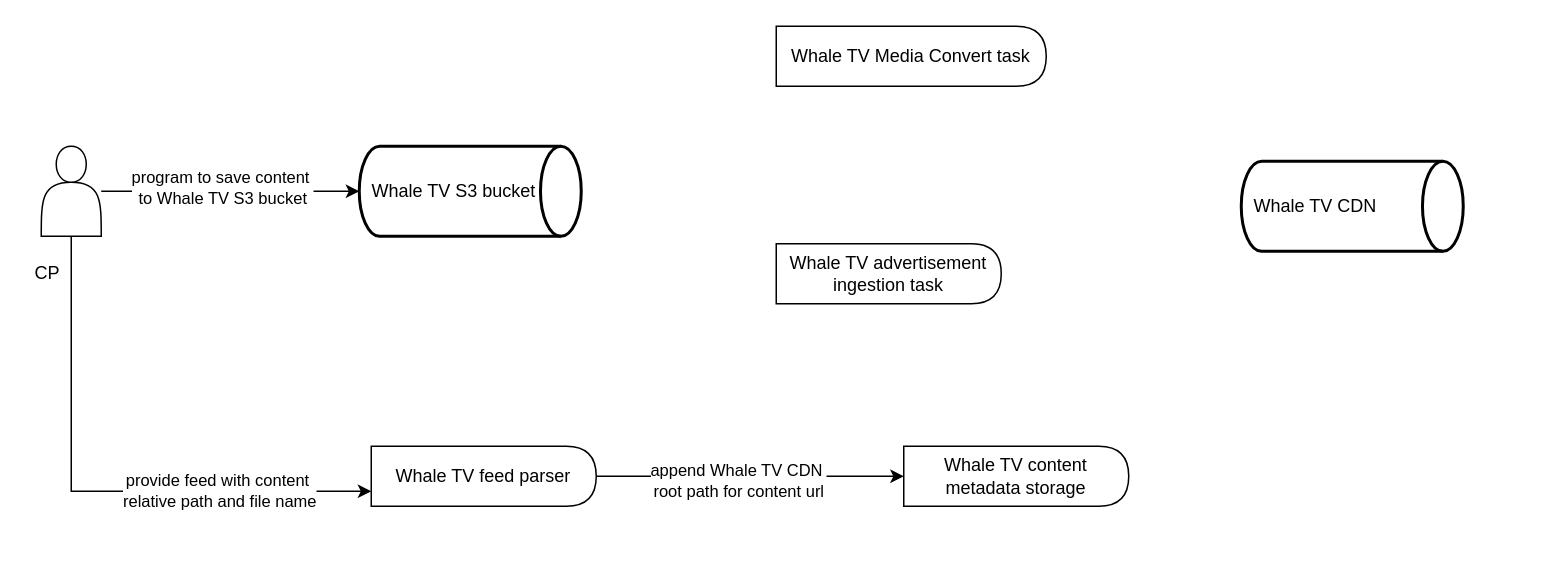
This is update/content transfer.drawio from stevezhouht/baiduCDP, a draw.io file, before an edit. Source tidied: cells renumbered, new cells numbered last; positions are measured from the earlier drawing's top-left corner, leaving out a move shared by most shapes. Both pictures are drawn from the tidied source at 150%, with x=0, y=0 at pixel (26, 26).
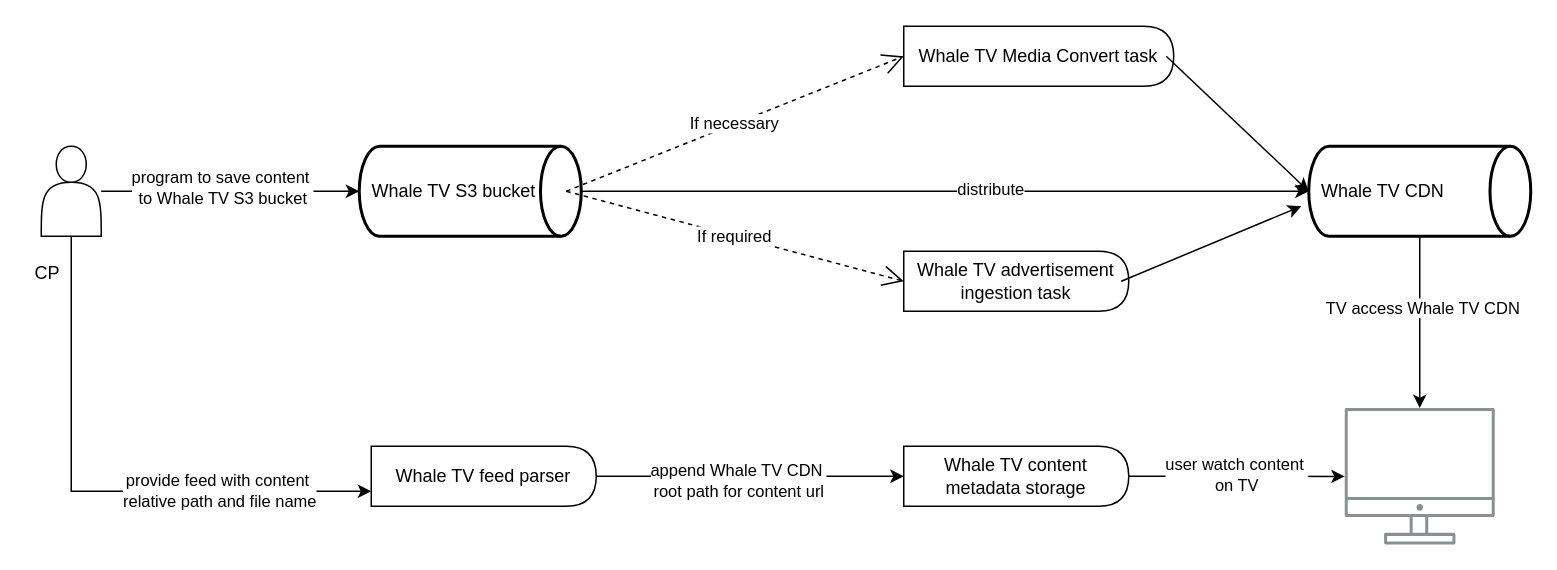
The same page after the edit.

Unchanged cells that the change refers to:
```xml
<mxCell id="7" value="&amp;nbsp; Whale TV S3 bucket" style="strokeWidth=2;html=1;shape=mxgraph.flowchart.direct_data;whiteSpace=wrap;align=left;" parent="1" vertex="1">
  <mxGeometry x="222" y="80" width="148" height="60" as="geometry" />
</mxCell>
<mxCell id="15" value="Whale TV content metadata storage" style="shape=delay;whiteSpace=wrap;html=1;" parent="1" vertex="1">
  <mxGeometry x="585" y="280" width="150" height="40" as="geometry" />
</mxCell>
```

The edit, as a diff of the source:
```diff
@@
+    <mxCell id="17" style="edgeStyle=orthogonalEdgeStyle;rounded=0;jettySize=auto;html=1;" parent="1" edge="1" source="7" target="16">
+      <mxGeometry relative="1" as="geometry" />
+    </mxCell>
+    <mxCell id="18" value="distribute" style="edgeLabel;html=1;align=center;verticalAlign=middle;" parent="17" vertex="1">
+      <mxGeometry x="0.12" y="2" relative="1" as="geometry" />
+    </mxCell>
@@
     <mxCell id="13" value="Whale TV Media Convert task" style="shape=delay;whiteSpace=wrap;html=1;" parent="1" vertex="1">
-      <mxGeometry x="500" width="180" height="40" as="geometry" />
+      <mxGeometry x="585" width="180" height="40" as="geometry" />
     </mxCell>
     <mxCell id="14" value="Whale TV advertisement ingestion task" style="shape=delay;whiteSpace=wrap;html=1;" parent="1" vertex="1">
-      <mxGeometry x="500" y="145" width="150" height="40" as="geometry" />
+      <mxGeometry x="585" y="150" width="150" height="40" as="geometry" />
     </mxCell>
+    <mxCell id="19" style="edgeStyle=orthogonalEdgeStyle;rounded=0;jettySize=auto;html=1;" parent="1" edge="1" source="15" target="23">
+      <mxGeometry relative="1" as="geometry" />
+    </mxCell>
+    <mxCell id="20" value="user watch content&amp;nbsp;&lt;div&gt;on TV&lt;/div&gt;" style="edgeLabel;html=1;align=center;verticalAlign=middle;" parent="19" vertex="1">
+      <mxGeometry x="-0.01" y="2" relative="1" as="geometry" />
+    </mxCell>
@@
+    <mxCell id="21" style="edgeStyle=orthogonalEdgeStyle;rounded=0;jettySize=auto;html=1;" parent="1" edge="1" source="16" target="23">
+      <mxGeometry relative="1" as="geometry" />
+    </mxCell>
+    <mxCell id="22" value="TV access Whale TV CDN" style="edgeLabel;html=1;align=center;verticalAlign=middle;" parent="21" vertex="1">
+      <mxGeometry x="-0.18" y="1" relative="1" as="geometry" />
+    </mxCell>
     <mxCell id="16" value="&amp;nbsp; Whale TV CDN" style="strokeWidth=2;html=1;shape=mxgraph.flowchart.direct_data;whiteSpace=wrap;align=left;" parent="1" vertex="1">
-      <mxGeometry x="810" y="90" width="148" height="60" as="geometry" />
+      <mxGeometry x="855" y="80" width="148" height="60" as="geometry" />
     </mxCell>
+    <mxCell id="23" style="sketch=0;outlineConnect=0;gradientColor=none;fontColor=#545B64;strokeColor=none;fillColor=#879196;dashed=0;verticalLabelPosition=bottom;verticalAlign=top;align=center;html=1;fontSize=12;fontStyle=0;shape=mxgraph.aws4.illustration_desktop;" parent="1" vertex="1">
+      <mxGeometry x="879" y="254.5" width="100" height="91" as="geometry" />
+    </mxCell>
+    <mxCell id="24" value="If necessary" style="endArrow=open;endSize=12;dashed=1;html=1;rounded=0;entryX=0;entryY=0.5;entryDx=0;entryDy=0;" parent="1" edge="1" target="13">
+      <mxGeometry relative="1" as="geometry">
+        <mxPoint x="360" y="110" as="sourcePoint" />
+      </mxGeometry>
+    </mxCell>
+    <mxCell id="25" value="If required" style="endArrow=open;endSize=12;dashed=1;html=1;rounded=0;entryX=0;entryY=0.5;entryDx=0;entryDy=0;" parent="1" edge="1" target="14">
+      <mxGeometry relative="1" as="geometry">
+        <mxPoint x="360" y="110" as="sourcePoint" />
+      </mxGeometry>
+    </mxCell>
+    <mxCell id="26" style="endArrow=classic;html=1;rounded=0;entryX=0;entryY=0.5;entryDx=0;entryDy=0;entryPerimeter=0;" parent="1" edge="1" target="16">
+      <mxGeometry relative="1" as="geometry">
+        <mxPoint x="760" y="20" as="sourcePoint" />
+      </mxGeometry>
+    </mxCell>
+    <mxCell id="27" style="endArrow=classic;html=1;rounded=0;" parent="1" edge="1">
+      <mxGeometry relative="1" as="geometry">
+        <mxPoint x="730" y="170" as="sourcePoint" />
+        <mxPoint x="850" y="120" as="targetPoint" />
+      </mxGeometry>
+    </mxCell>
```
